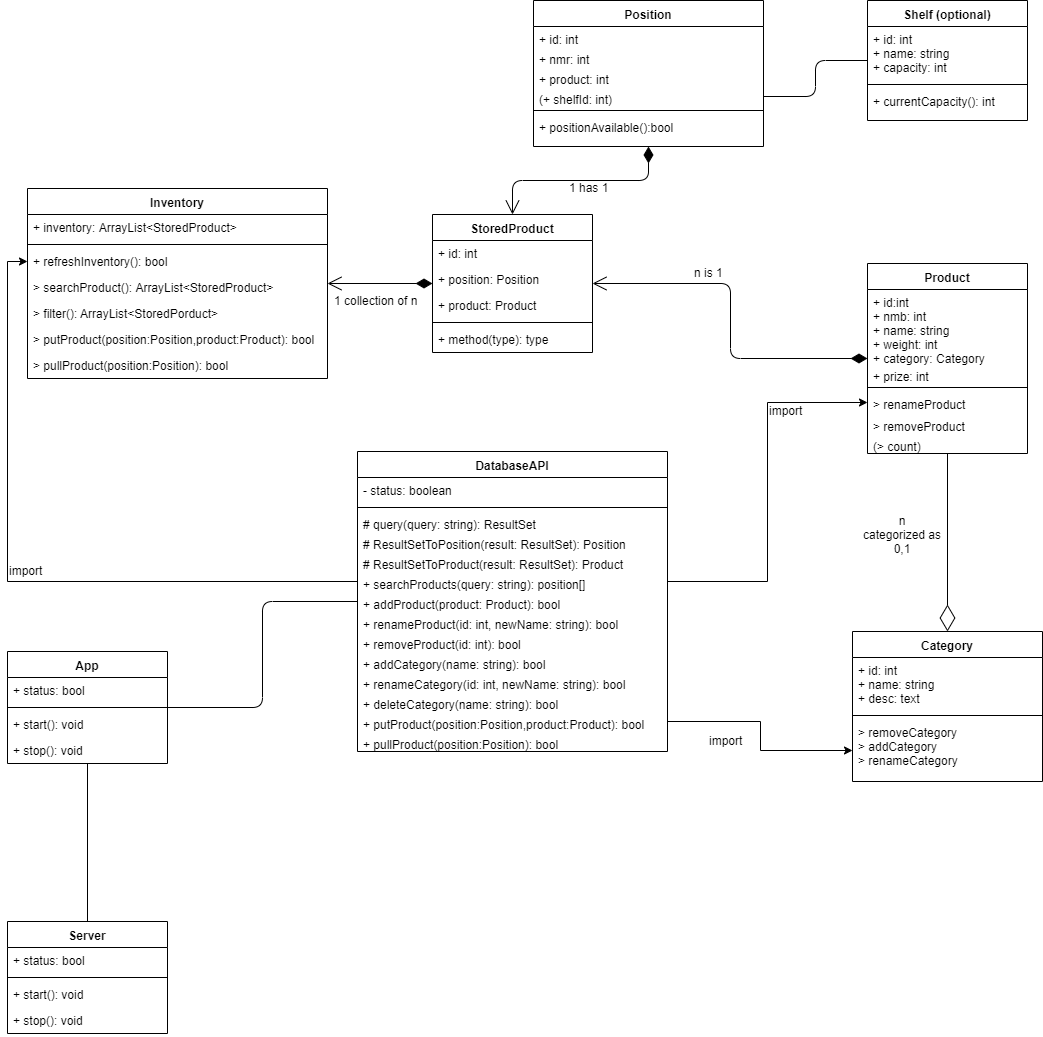
Before: dev/models/UML Klassendiagram.png, a diagram exported from draw.io (callidaria/pen-testing). Source tidied: cells renumbered, new cells last; positions are measured from the earlier drawing's top-left corner, leaving out a move shared by most shapes.
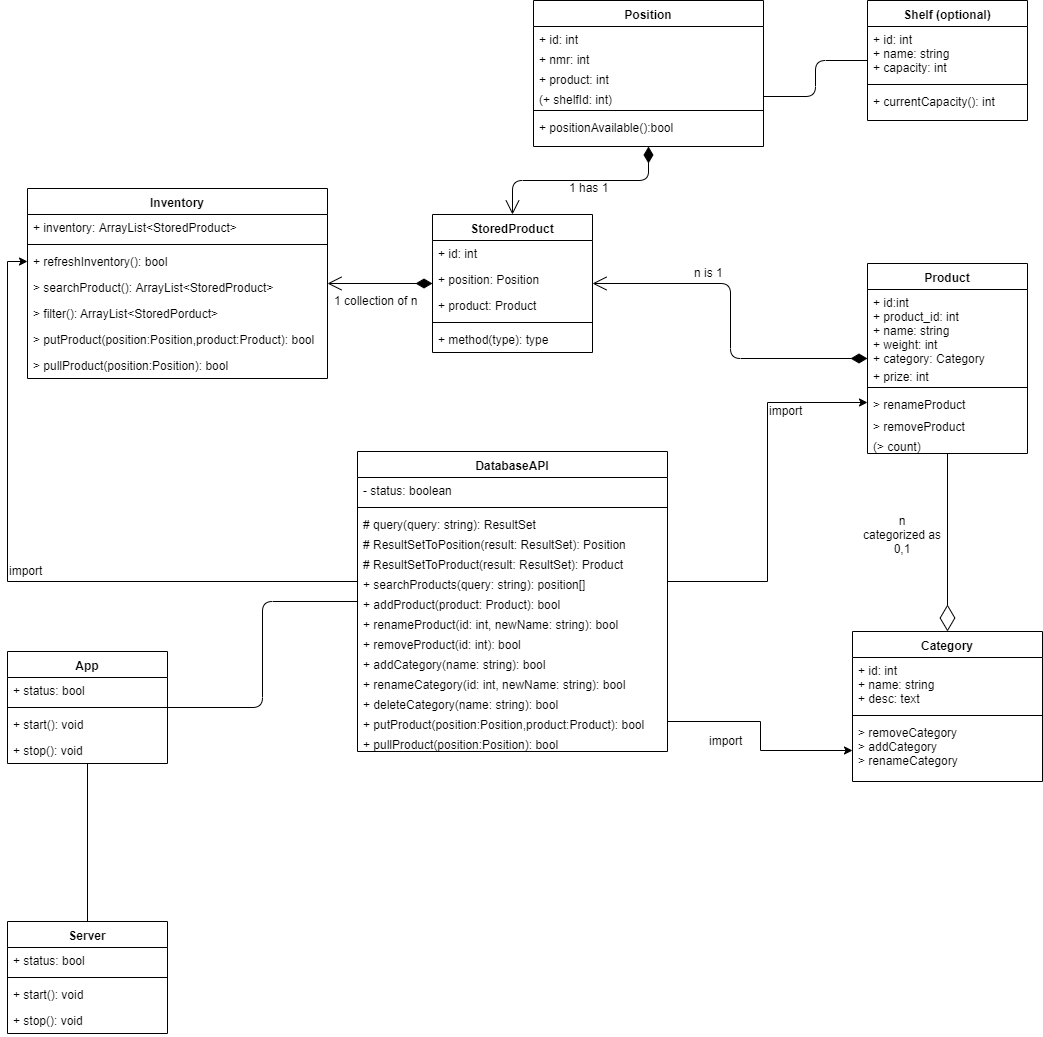
After the commit.

What changed in the source:
```diff
@@ -38,7 +38,7 @@
     <mxCell id="13" value="Product" style="swimlane;fontStyle=1;align=center;verticalAlign=top;horizontal=1;startSize=26;" parent="1" vertex="1">
       <mxGeometry x="860" y="263" width="160" height="190" as="geometry" />
     </mxCell>
-    <mxCell id="14" value="+ id:int&#10;+ nmb: int&#10;+ name: string&#10;+ weight: int&#10;+ category: Category" style="text;strokeColor=none;fillColor=none;align=left;verticalAlign=top;spacingLeft=4;spacingRight=4;overflow=hidden;" parent="13" vertex="1">
+    <mxCell id="14" value="+ id:int&#10;+ product_id: int&#10;+ name: string&#10;+ weight: int&#10;+ category: Category" style="text;strokeColor=none;fillColor=none;align=left;verticalAlign=top;spacingLeft=4;spacingRight=4;overflow=hidden;" parent="13" vertex="1">
       <mxGeometry y="26" width="160" height="74" as="geometry" />
     </mxCell>
     <mxCell id="15" value="+ prize: int" style="text;strokeColor=none;fillColor=none;align=left;verticalAlign=top;spacingLeft=4;spacingRight=4;overflow=hidden;" parent="13" vertex="1">
```
